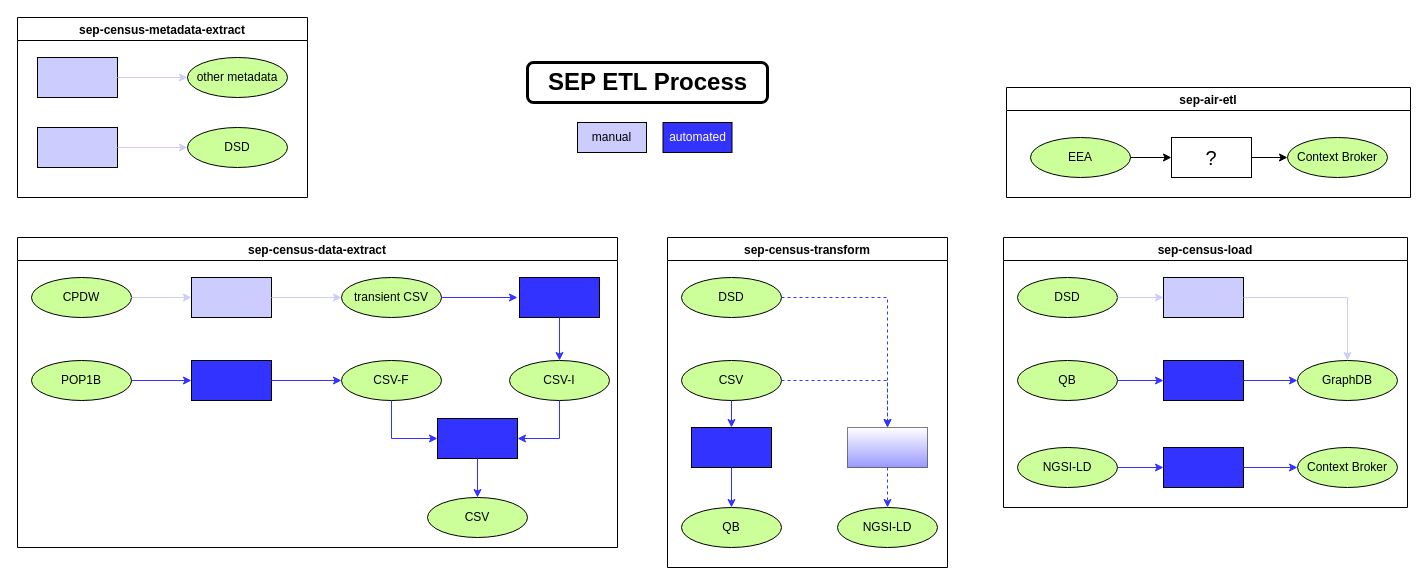
Above: img/sep-flow.drawio in INTERSTAT/Statistics-Contextualized (draw.io), before the change. Source tidied: cells renumbered, new cells numbered last; positions are measured from the earlier drawing's top-left corner, leaving out a move shared by most shapes. Both pictures are drawn from the tidied source at 100%, with x=0, y=0 at pixel (17, 17).
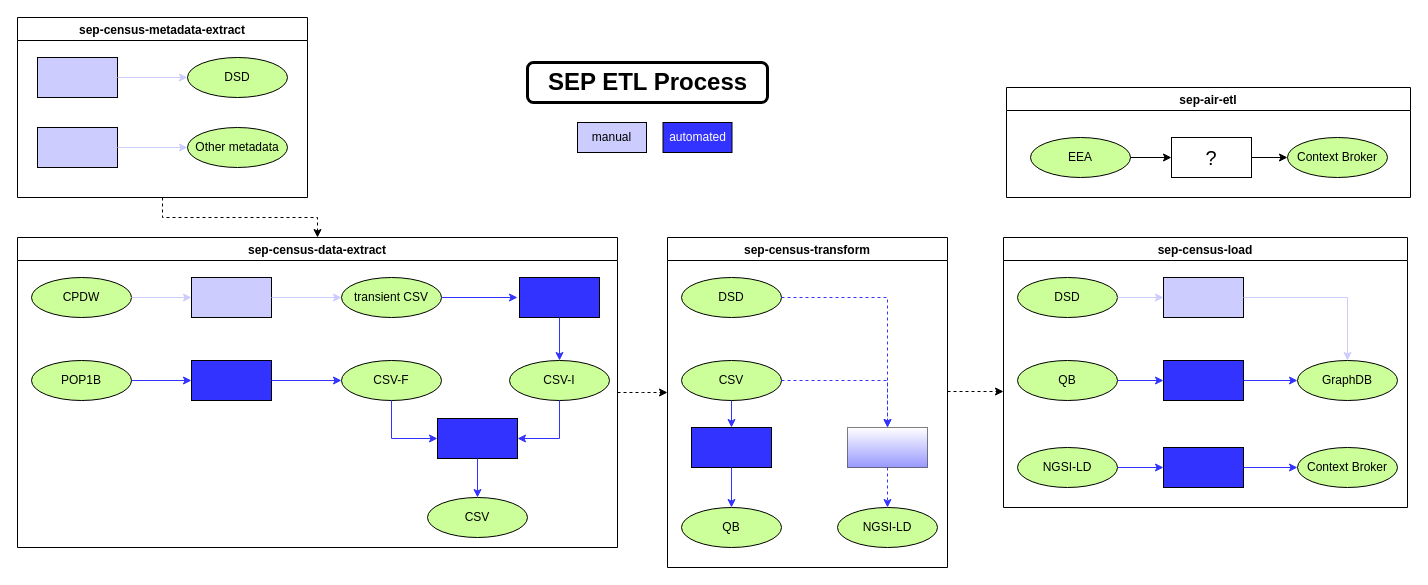
Above is the later version.

Commit message:
Update of ETL flow diagram

Unchanged cells that the change refers to:
```xml
<mxCell id="2" value="sep-census-metadata-extract" style="swimlane;" parent="1" vertex="1">
  <mxGeometry width="290" height="180" as="geometry" />
</mxCell>
<mxCell id="9" value="sep-census-data-extract" style="swimlane;" parent="1" vertex="1">
  <mxGeometry y="220" width="600" height="310" as="geometry" />
</mxCell>
```

Diff of the diagram source:
```diff
@@
+    <mxCell id="65" style="edgeStyle=orthogonalEdgeStyle;rounded=0;jettySize=auto;html=1;exitX=0.5;exitY=1;exitDx=0;exitDy=0;entryX=0.5;entryY=0;entryDx=0;entryDy=0;dashed=1;fontSize=20;fontColor=#FFFFFF;strokeColor=#000000;" parent="1" edge="1" source="2" target="9">
+      <mxGeometry relative="1" as="geometry" />
+    </mxCell>
@@
-    <mxCell id="4" value="other metadata" style="ellipse;whiteSpace=wrap;html=1;fillColor=#CCFF99;" parent="2" vertex="1">
+    <mxCell id="4" value="DSD" style="ellipse;whiteSpace=wrap;html=1;fillColor=#CCFF99;" parent="2" vertex="1">
       <mxGeometry x="170" y="40" width="100" height="40" as="geometry" />
     </mxCell>
@@
-    <mxCell id="7" value="DSD" style="ellipse;whiteSpace=wrap;html=1;fillColor=#CCFF99;" parent="2" vertex="1">
+    <mxCell id="7" value="Other metadata" style="ellipse;whiteSpace=wrap;html=1;fillColor=#CCFF99;" parent="2" vertex="1">
       <mxGeometry x="170" y="110" width="100" height="40" as="geometry" />
     </mxCell>
@@
+    <mxCell id="66" style="edgeStyle=orthogonalEdgeStyle;rounded=0;jettySize=auto;html=1;exitX=1;exitY=0.5;exitDx=0;exitDy=0;dashed=1;fontSize=20;fontColor=#FFFFFF;strokeColor=#000000;" parent="1" edge="1" source="9">
+      <mxGeometry relative="1" as="geometry">
+        <mxPoint x="650" y="375" as="targetPoint" />
+      </mxGeometry>
+    </mxCell>
@@
+    <mxCell id="67" style="edgeStyle=orthogonalEdgeStyle;rounded=0;orthogonalLoop=1;jettySize=auto;html=1;entryX=0;entryY=0.5;entryDx=0;entryDy=0;dashed=1;fontSize=20;fontColor=#FFFFFF;strokeColor=#000000;" parent="1" edge="1">
+      <mxGeometry relative="1" as="geometry">
+        <mxPoint x="930" y="374" as="sourcePoint" />
+        <mxPoint x="986" y="374" as="targetPoint" />
+      </mxGeometry>
+    </mxCell>
```
